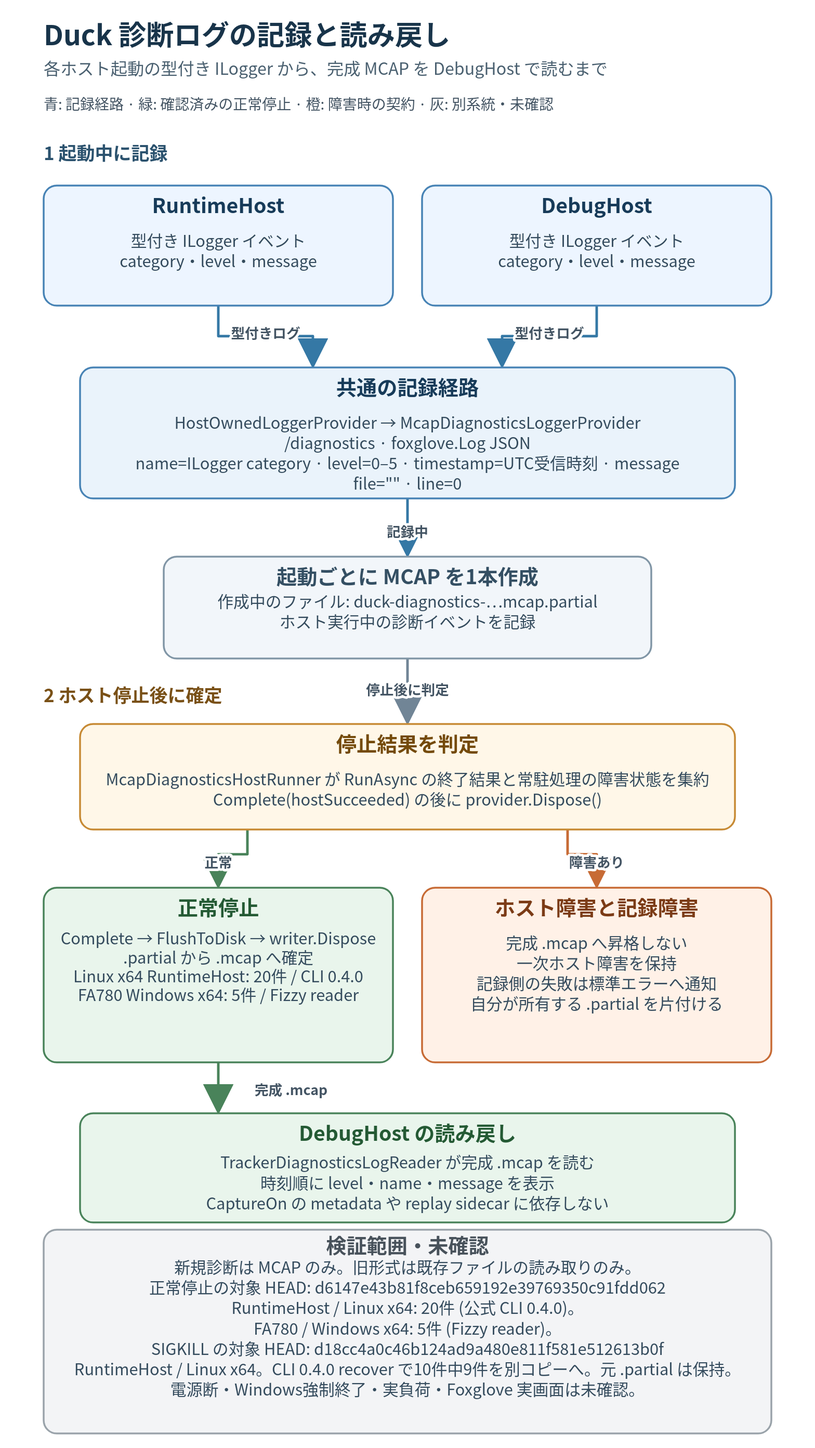
Above: Tracker/Design/DebugHost/diagnostics-mcap-flow.dio.svg in ibis-ssl/Duck (draw.io), before the change. Source tidied: cells renumbered, new cells last; positions are measured from the earlier drawing's top-left corner, leaving out a move shared by most shapes.
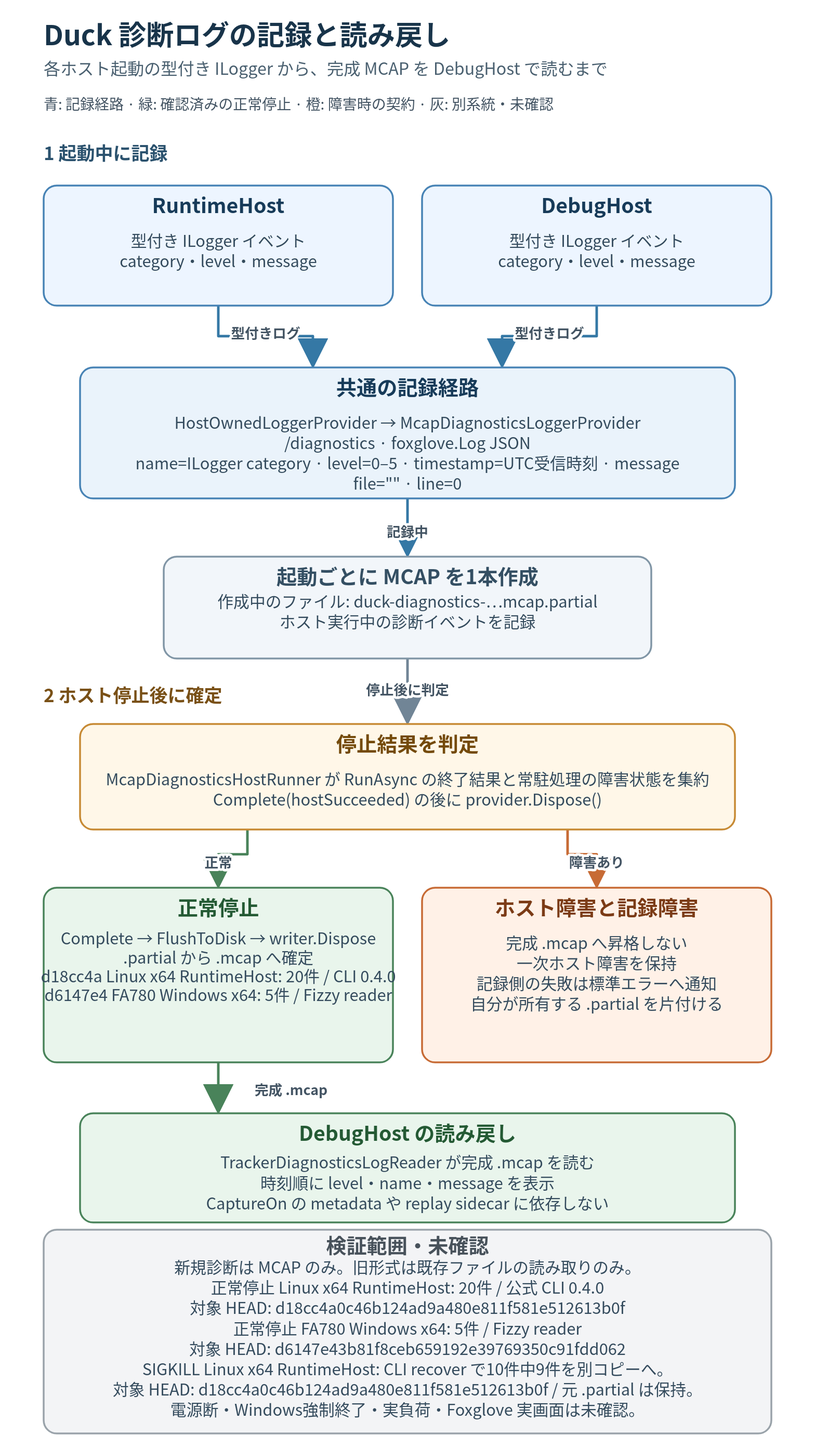
After the commit.

Commit message:
fix(diagnostics): 保存先の権限エラーを警告へ残す

Diff of the diagram source:
```diff
@@ -17,7 +17,7 @@
     <mxCell id="6" value="&lt;b&gt;停止結果を判定&lt;/b&gt;&lt;br&gt;McapDiagnosticsHostRunner が RunAsync の終了結果と常駐処理の障害状態を集約&lt;br&gt;Complete(hostSucceeded) の後に provider.Dispose()" style="rounded=1;arcSize=12;whiteSpace=wrap;html=1;align=center;verticalAlign=middle;fontFamily=Noto Sans CJK JP;fontSize=23;fontColor=#24374A;fillColor=#FFF7E8;strokeColor=#C78A34;strokeWidth=2;spacing=10;" parent="1" vertex="1">
       <mxGeometry x="50" y="971" width="900" height="145" as="geometry" />
     </mxCell>
-    <mxCell id="7" value="&lt;b&gt;正常停止&lt;/b&gt;&lt;br&gt;Complete → FlushToDisk → writer.Dispose&lt;br&gt;.partial から .mcap へ確定&lt;br&gt;d6147e4 Linux x64 RuntimeHost: 20件 / CLI 0.4.0&lt;br&gt;d6147e4 FA780 Windows x64: 5件 / Fizzy reader" style="rounded=1;arcSize=12;whiteSpace=wrap;html=1;align=center;verticalAlign=middle;fontFamily=Noto Sans CJK JP;fontSize=18;fontColor=#24374A;fillColor=#E9F5EC;strokeColor=#49835A;strokeWidth=2;spacing=10;" parent="1" vertex="1">
+    <mxCell id="7" value="&lt;b&gt;正常停止&lt;/b&gt;&lt;br&gt;Complete → FlushToDisk → writer.Dispose&lt;br&gt;.partial から .mcap へ確定&lt;br&gt;d18cc4a Linux x64 RuntimeHost: 20件 / CLI 0.4.0&lt;br&gt;d6147e4 FA780 Windows x64: 5件 / Fizzy reader" style="rounded=1;arcSize=12;whiteSpace=wrap;html=1;align=center;verticalAlign=middle;fontFamily=Noto Sans CJK JP;fontSize=16;fontColor=#24374A;fillColor=#E9F5EC;strokeColor=#49835A;strokeWidth=2;spacing=10;" parent="1" vertex="1">
       <mxGeometry y="1196" width="480" height="240" as="geometry" />
     </mxCell>
     <mxCell id="8" value="&lt;b&gt;ホスト障害と記録障害&lt;/b&gt;&lt;br&gt;完成 .mcap へ昇格しない&lt;br&gt;一次ホスト障害を保持&lt;br&gt;記録側の失敗は標準エラーへ通知&lt;br&gt;自分が所有する .partial を片付ける" style="rounded=1;arcSize=12;whiteSpace=wrap;html=1;align=center;verticalAlign=middle;fontFamily=Noto Sans CJK JP;fontSize=23;fontColor=#24374A;fillColor=#FFF1E7;strokeColor=#C76B35;strokeWidth=2;spacing=10;" parent="1" vertex="1">
@@ -26,7 +26,7 @@
     <mxCell id="9" value="&lt;b&gt;DebugHost の読み戻し&lt;/b&gt;&lt;br&gt;TrackerDiagnosticsLogReader が完成 .mcap を読む&lt;br&gt;時刻順に level・name・message を表示&lt;br&gt;CaptureOn の metadata や replay sidecar に依存しない" style="rounded=1;arcSize=12;whiteSpace=wrap;html=1;align=center;verticalAlign=middle;fontFamily=Noto Sans CJK JP;fontSize=23;fontColor=#24374A;fillColor=#E9F5EC;strokeColor=#49835A;strokeWidth=2;spacing=10;" parent="1" vertex="1">
       <mxGeometry x="50" y="1506" width="900" height="150" as="geometry" />
     </mxCell>
-    <mxCell id="10" value="&lt;b&gt;検証範囲・未確認&lt;/b&gt;&lt;br&gt;新規診断は MCAP のみ。旧形式は既存ファイルの読み取りのみ。&lt;br&gt;正常停止の対象 HEAD: d6147e43b81f8ceb659192e39769350c91fdd062&lt;br&gt;RuntimeHost / Linux x64: 20件 (公式 CLI 0.4.0)。&lt;br&gt;FA780 / Windows x64: 5件 (Fizzy reader)。&lt;br&gt;SIGKILL の対象 HEAD: d18cc4a0c46b124ad9a480e811f581e512613b0f&lt;br&gt;RuntimeHost / Linux x64。CLI 0.4.0 recover で10件中9件を別コピーへ。元 .partial は保持。&lt;br&gt;電源断・Windows強制終了・実負荷・Foxglove 実画面は未確認。" style="rounded=1;arcSize=12;whiteSpace=wrap;html=1;align=center;verticalAlign=middle;fontFamily=Noto Sans CJK JP;fontSize=17;fontColor=#24374A;fillColor=#F3F4F6;strokeColor=#9AA3AA;strokeWidth=2;spacing=10;" parent="1" vertex="1">
+    <mxCell id="10" value="&lt;b&gt;検証範囲・未確認&lt;/b&gt;&lt;br&gt;新規診断は MCAP のみ。旧形式は既存ファイルの読み取りのみ。&lt;br&gt;正常停止 Linux x64 RuntimeHost: 20件 / 公式 CLI 0.4.0&lt;br&gt;対象 HEAD: d18cc4a0c46b124ad9a480e811f581e512613b0f&lt;br&gt;正常停止 FA780 Windows x64: 5件 / Fizzy reader&lt;br&gt;対象 HEAD: d6147e43b81f8ceb659192e39769350c91fdd062&lt;br&gt;SIGKILL Linux x64 RuntimeHost: CLI recover で10件中9件を別コピーへ。&lt;br&gt;対象 HEAD: d18cc4a0c46b124ad9a480e811f581e512613b0f / 元 .partial は保持。&lt;br&gt;電源断・Windows強制終了・実負荷・Foxglove 実画面は未確認。" style="rounded=1;arcSize=12;whiteSpace=wrap;html=1;align=center;verticalAlign=middle;fontFamily=Noto Sans CJK JP;fontSize=17;fontColor=#24374A;fillColor=#F3F4F6;strokeColor=#9AA3AA;strokeWidth=2;spacing=10;" parent="1" vertex="1">
       <mxGeometry y="1666" width="1000" height="280" as="geometry" />
     </mxCell>
     <mxCell id="11" value="Duck 診断ログの記録と読み戻し" style="text;html=1;align=start;verticalAlign=middle;fontFamily=Noto Sans CJK JP;fontSize=38;fontColor=#18344A;fontStyle=1;" parent="1" vertex="1">
```
